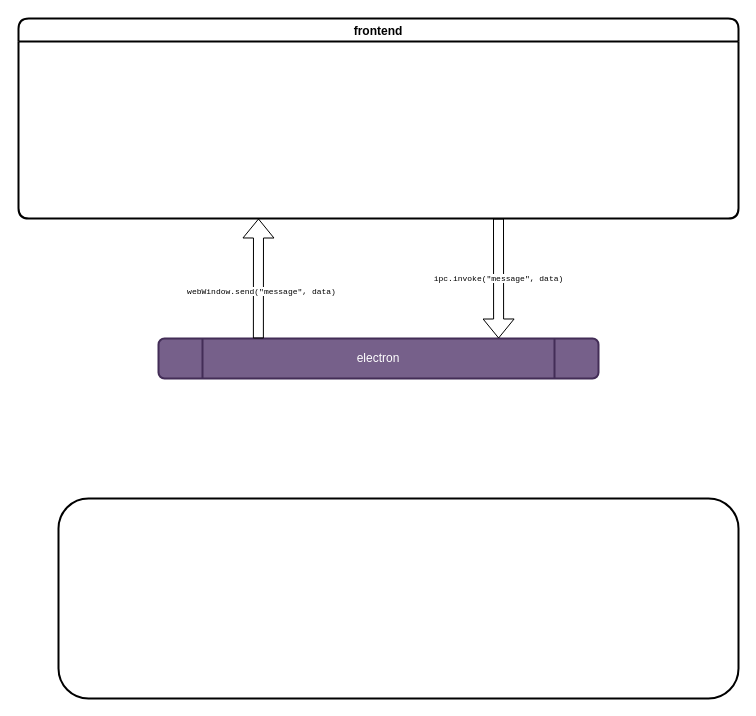
Before: model.drawio in sdiricco/switcher, a draw.io diagram. Source tidied: cells renumbered, new cells numbered last; positions are measured from the earlier drawing's top-left corner, leaving out a move shared by most shapes. Both pictures are drawn from the tidied source at 100%, with x=0, y=0 at pixel (18, 18).
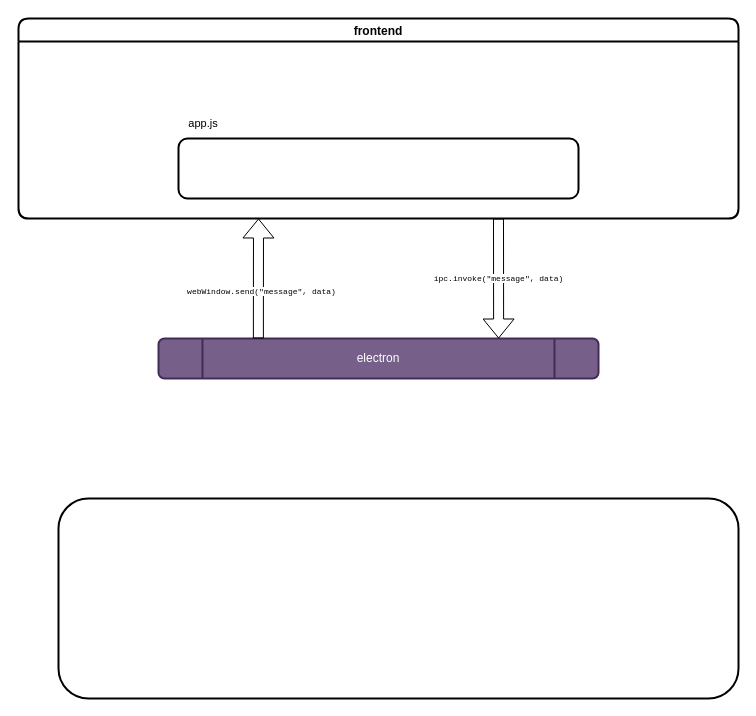
The same diagram, later.

Diff of the diagram source:
```diff
@@
 <mxGraphModel>
   <root>
     <mxCell id="0" />
     <mxCell id="1" parent="0" />
     <mxCell id="2" style="rounded=1;whiteSpace=wrap;html=1;fillColor=none;strokeWidth=2;" parent="1" vertex="1">
       <mxGeometry x="40" y="480" width="680" height="200" as="geometry" />
     </mxCell>
     <mxCell id="3" value="frontend" style="swimlane;strokeWidth=2;fillColor=none;rounded=1;" parent="1" vertex="1">
       <mxGeometry width="720" height="200" as="geometry" />
     </mxCell>
+    <mxCell id="8" style="rounded=1;whiteSpace=wrap;html=1;fontFamily=Courier New;fontSize=8;strokeWidth=2;fillColor=none;" parent="3" vertex="1">
+      <mxGeometry x="160" y="120" width="400" height="60" as="geometry" />
+    </mxCell>
+    <mxCell id="9" value="app.js" style="text;html=1;strokeColor=none;fillColor=none;align=center;verticalAlign=middle;whiteSpace=wrap;rounded=0;fontFamily=Helvetica;fontSize=11;" parent="3" vertex="1">
+      <mxGeometry x="170" y="100" width="30" height="10" as="geometry" />
+    </mxCell>
     <mxCell id="4" value="electron" style="shape=process;whiteSpace=wrap;html=1;backgroundOutline=1;rounded=1;strokeWidth=2;fillColor=#76608a;strokeColor=#432D57;fontColor=#ffffff;" parent="1" vertex="1">
       <mxGeometry x="140" y="320" width="440" height="40" as="geometry" />
     </mxCell>
     <mxCell id="5" value="ipc.invoke(&quot;message&quot;, data)" style="shape=flexArrow;endArrow=none;html=1;rounded=0;exitX=0.773;exitY=0;exitDx=0;exitDy=0;exitPerimeter=0;startArrow=block;endFill=0;fontFamily=Courier New;fontSize=8;curved=1;" parent="1" edge="1" source="4">
       <mxGeometry relative="1" as="geometry">
         <mxPoint x="480" y="200" as="targetPoint" />
       </mxGeometry>
     </mxCell>
     <mxCell id="6" style="shape=flexArrow;endArrow=classic;html=1;rounded=0;exitX=0.227;exitY=0;exitDx=0;exitDy=0;exitPerimeter=0;curved=1;" parent="1" edge="1" source="4">
       <mxGeometry relative="1" as="geometry">
         <mxPoint x="240" y="200" as="targetPoint" />
       </mxGeometry>
     </mxCell>
     <mxCell id="7" value="webWindow.send(&quot;message&quot;, data)" style="edgeLabel;html=1;align=center;verticalAlign=middle;fontFamily=Courier New;fontSize=8;" parent="6" vertex="1">
       <mxGeometry x="-0.2" y="-3" relative="1" as="geometry" />
     </mxCell>
   </root>
 </mxGraphModel>
```
